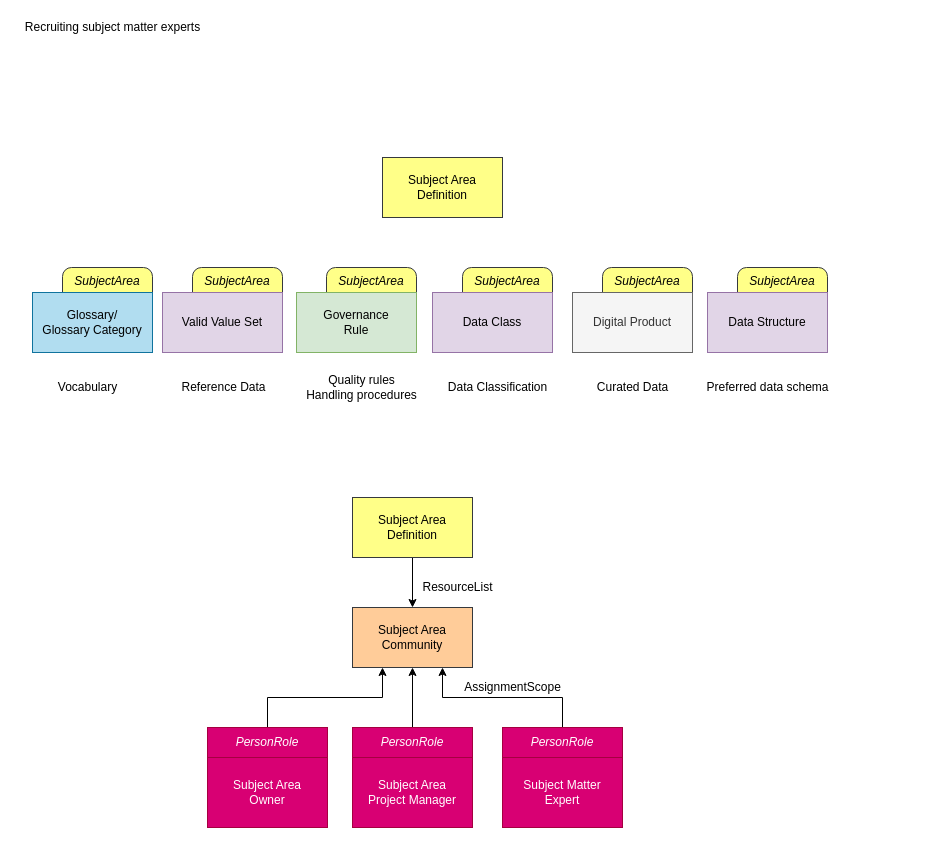
The draw.io diagram page "subject-areas" (4 of 7) of site/docs/guides/planning/governance-program/governance-program-planning.drawio in odpi/egeria-docs, before the edit. Source tidied: cells renumbered, new cells numbered last; positions are measured from the earlier drawing's top-left corner, leaving out a move shared by most shapes. Both pictures are drawn from the tidied source at 100%, with x=0, y=0 at pixel (17, 17).
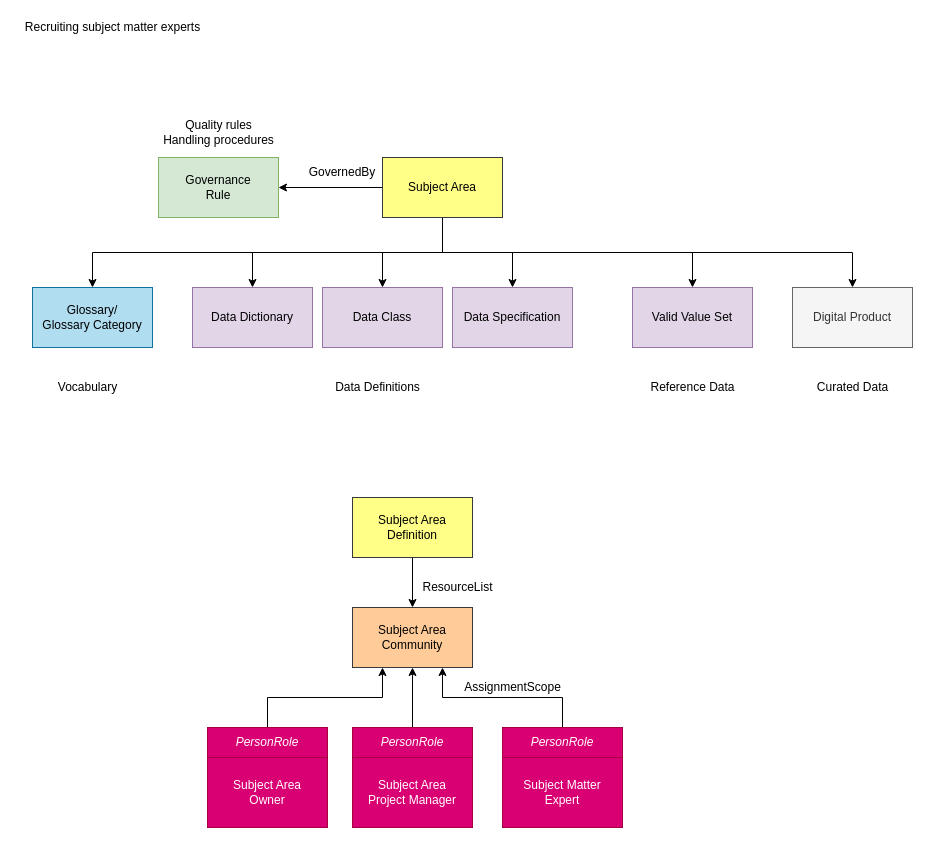
Above is the later version.

Diff of the diagram source:
```diff
@@
+    <mxCell id="36" style="edgeStyle=orthogonalEdgeStyle;rounded=0;jettySize=auto;html=1;exitX=0.5;exitY=1;exitDx=0;exitDy=0;" parent="1" edge="1" source="3" target="17">
+      <mxGeometry relative="1" as="geometry" />
+    </mxCell>
+    <mxCell id="37" style="edgeStyle=orthogonalEdgeStyle;rounded=0;jettySize=auto;html=1;exitX=0.5;exitY=1;exitDx=0;exitDy=0;" parent="1" edge="1" source="3" target="18">
+      <mxGeometry relative="1" as="geometry" />
+    </mxCell>
+    <mxCell id="38" style="edgeStyle=orthogonalEdgeStyle;rounded=0;jettySize=auto;html=1;exitX=0;exitY=0.5;exitDx=0;exitDy=0;" parent="1" edge="1" source="3" target="35">
+      <mxGeometry relative="1" as="geometry" />
+    </mxCell>
+    <mxCell id="39" style="edgeStyle=orthogonalEdgeStyle;rounded=0;jettySize=auto;html=1;exitX=0.5;exitY=1;exitDx=0;exitDy=0;" parent="1" edge="1" source="3" target="32">
+      <mxGeometry relative="1" as="geometry" />
+    </mxCell>
+    <mxCell id="40" style="edgeStyle=orthogonalEdgeStyle;rounded=0;jettySize=auto;html=1;exitX=0.5;exitY=1;exitDx=0;exitDy=0;" parent="1" edge="1" source="3" target="30">
+      <mxGeometry relative="1" as="geometry" />
+    </mxCell>
+    <mxCell id="41" style="edgeStyle=orthogonalEdgeStyle;rounded=0;jettySize=auto;html=1;exitX=0.5;exitY=1;exitDx=0;exitDy=0;" parent="1" edge="1" source="3" target="19">
+      <mxGeometry relative="1" as="geometry" />
+    </mxCell>
+    <mxCell id="42" style="edgeStyle=orthogonalEdgeStyle;rounded=0;jettySize=auto;html=1;exitX=0.5;exitY=1;exitDx=0;exitDy=0;" parent="1" edge="1" source="3" target="44">
+      <mxGeometry relative="1" as="geometry" />
+    </mxCell>
-    <mxCell id="3" value="Subject Area&lt;br&gt;Definition" style="rounded=0;whiteSpace=wrap;html=1;align=center;fillColor=#ffff88;strokeColor=#36393d;" parent="1" vertex="1">
+    <mxCell id="3" value="Subject Area" style="rounded=0;whiteSpace=wrap;html=1;align=center;fillColor=#ffff88;strokeColor=#36393d;" parent="1" vertex="1">
       <mxGeometry x="365" y="140" width="120" height="60" as="geometry" />
     </mxCell>
@@
     <mxCell id="5" value="Reference Data" style="text;html=1;align=center;verticalAlign=middle;" parent="1" vertex="1">
-      <mxGeometry x="151" y="355" width="110" height="30" as="geometry" />
+      <mxGeometry x="620" y="355" width="110" height="30" as="geometry" />
     </mxCell>
-    <mxCell id="6" value="Data Classification" style="text;html=1;align=center;verticalAlign=middle;" parent="1" vertex="1">
-      <mxGeometry x="420" y="355" width="120" height="30" as="geometry" />
+    <mxCell id="6" value="Data Definitions" style="text;html=1;align=center;verticalAlign=middle;" parent="1" vertex="1">
+      <mxGeometry x="305" y="355" width="110" height="30" as="geometry" />
     </mxCell>
@@
-    <mxCell id="14" value="SubjectArea" style="rounded=1;whiteSpace=wrap;html=1;fontStyle=2;fillColor=#ffff88;strokeColor=#36393d;verticalAlign=top;" parent="1" vertex="1">
-      <mxGeometry x="45" y="250" width="90" height="60" as="geometry" />
-    </mxCell>
-    <mxCell id="15" value="SubjectArea" style="rounded=1;whiteSpace=wrap;html=1;fontStyle=2;fillColor=#ffff88;strokeColor=#36393d;verticalAlign=top;" parent="1" vertex="1">
-      <mxGeometry x="175" y="250" width="90" height="60" as="geometry" />
-    </mxCell>
-    <mxCell id="16" value="SubjectArea" style="rounded=1;whiteSpace=wrap;html=1;fontStyle=2;fillColor=#ffff88;strokeColor=#36393d;verticalAlign=top;" parent="1" vertex="1">
-      <mxGeometry x="585" y="250" width="90" height="60" as="geometry" />
-    </mxCell>
     <mxCell id="17" value="Glossary/&lt;br&gt;Glossary Category" style="rounded=0;whiteSpace=wrap;html=1;align=center;fillColor=#b1ddf0;strokeColor=#10739e;" parent="1" vertex="1">
-      <mxGeometry x="15" y="275" width="120" height="60" as="geometry" />
+      <mxGeometry x="15" y="270" width="120" height="60" as="geometry" />
     </mxCell>
     <mxCell id="18" value="Valid Value Set" style="rounded=0;whiteSpace=wrap;html=1;align=center;fillColor=#e1d5e7;strokeColor=#9673a6;" parent="1" vertex="1">
-      <mxGeometry x="145" y="275" width="120" height="60" as="geometry" />
+      <mxGeometry x="615" y="270" width="120" height="60" as="geometry" />
     </mxCell>
     <mxCell id="19" value="Digital Product" style="rounded=0;whiteSpace=wrap;html=1;align=center;fillColor=#f5f5f5;strokeColor=#666666;fontColor=#333333;" parent="1" vertex="1">
-      <mxGeometry x="555" y="275" width="120" height="60" as="geometry" />
+      <mxGeometry x="775" y="270" width="120" height="60" as="geometry" />
     </mxCell>
-    <mxCell id="20" value="Preferred data schema" style="text;html=1;align=center;verticalAlign=middle;" parent="1" vertex="1">
-      <mxGeometry x="675" y="355" width="150" height="30" as="geometry" />
-    </mxCell>
@@
     <mxCell id="28" value="Curated Data" style="text;html=1;align=center;verticalAlign=middle;" parent="1" vertex="1">
-      <mxGeometry x="570" y="355" width="90" height="30" as="geometry" />
+      <mxGeometry x="790" y="355" width="90" height="30" as="geometry" />
     </mxCell>
-    <mxCell id="29" value="SubjectArea" style="rounded=1;whiteSpace=wrap;html=1;fontStyle=2;fillColor=#ffff88;strokeColor=#36393d;verticalAlign=top;" parent="1" vertex="1">
-      <mxGeometry x="445" y="250" width="90" height="60" as="geometry" />
-    </mxCell>
     <mxCell id="30" value="Data Class" style="rounded=0;whiteSpace=wrap;html=1;align=center;fillColor=#e1d5e7;strokeColor=#9673a6;" parent="1" vertex="1">
-      <mxGeometry x="415" y="275" width="120" height="60" as="geometry" />
+      <mxGeometry x="305" y="270" width="120" height="60" as="geometry" />
     </mxCell>
-    <mxCell id="31" value="SubjectArea" style="rounded=1;whiteSpace=wrap;html=1;fontStyle=2;fillColor=#ffff88;strokeColor=#36393d;verticalAlign=top;" parent="1" vertex="1">
-      <mxGeometry x="720" y="250" width="90" height="60" as="geometry" />
-    </mxCell>
-    <mxCell id="32" value="Data Structure" style="rounded=0;whiteSpace=wrap;html=1;align=center;fillColor=#e1d5e7;strokeColor=#9673a6;" parent="1" vertex="1">
-      <mxGeometry x="690" y="275" width="120" height="60" as="geometry" />
+    <mxCell id="32" value="Data Dictionary" style="rounded=0;whiteSpace=wrap;html=1;align=center;fillColor=#e1d5e7;strokeColor=#9673a6;" parent="1" vertex="1">
+      <mxGeometry x="175" y="270" width="120" height="60" as="geometry" />
     </mxCell>
     <mxCell id="33" value="Quality rules&lt;br&gt;Handling procedures" style="text;html=1;align=center;verticalAlign=middle;" parent="1" vertex="1">
-      <mxGeometry x="279" y="355" width="130" height="30" as="geometry" />
+      <mxGeometry x="136" y="100" width="130" height="30" as="geometry" />
     </mxCell>
-    <mxCell id="34" value="SubjectArea" style="rounded=1;whiteSpace=wrap;html=1;fontStyle=2;fillColor=#ffff88;strokeColor=#36393d;verticalAlign=top;" parent="1" vertex="1">
-      <mxGeometry x="309" y="250" width="90" height="60" as="geometry" />
-    </mxCell>
     <mxCell id="35" value="Governance&lt;div&gt;Rule&lt;/div&gt;" style="rounded=0;whiteSpace=wrap;html=1;align=center;fillColor=#d5e8d4;strokeColor=#82b366;" parent="1" vertex="1">
-      <mxGeometry x="279" y="275" width="120" height="60" as="geometry" />
+      <mxGeometry x="141" y="140" width="120" height="60" as="geometry" />
     </mxCell>
+    <mxCell id="43" value="GovernedBy" style="text;html=1;whiteSpace=wrap;strokeColor=none;fillColor=none;align=center;verticalAlign=middle;rounded=0;" parent="1" vertex="1">
+      <mxGeometry x="295" y="140" width="60" height="30" as="geometry" />
+    </mxCell>
+    <mxCell id="44" value="Data Specification" style="rounded=0;whiteSpace=wrap;html=1;align=center;fillColor=#e1d5e7;strokeColor=#9673a6;" parent="1" vertex="1">
+      <mxGeometry x="435" y="270" width="120" height="60" as="geometry" />
+    </mxCell>
```
